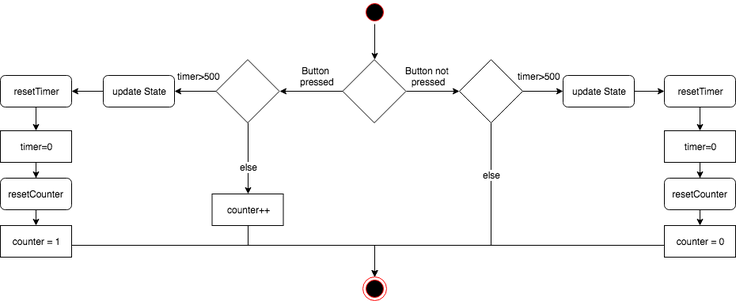
Above: doc/classes/ActionButton.png in LucasCoraca/M365-Unlocked (draw.io), before the change. Source tidied: cells renumbered, new cells last; positions are measured from the earlier drawing's top-left corner, leaving out a move shared by most shapes.
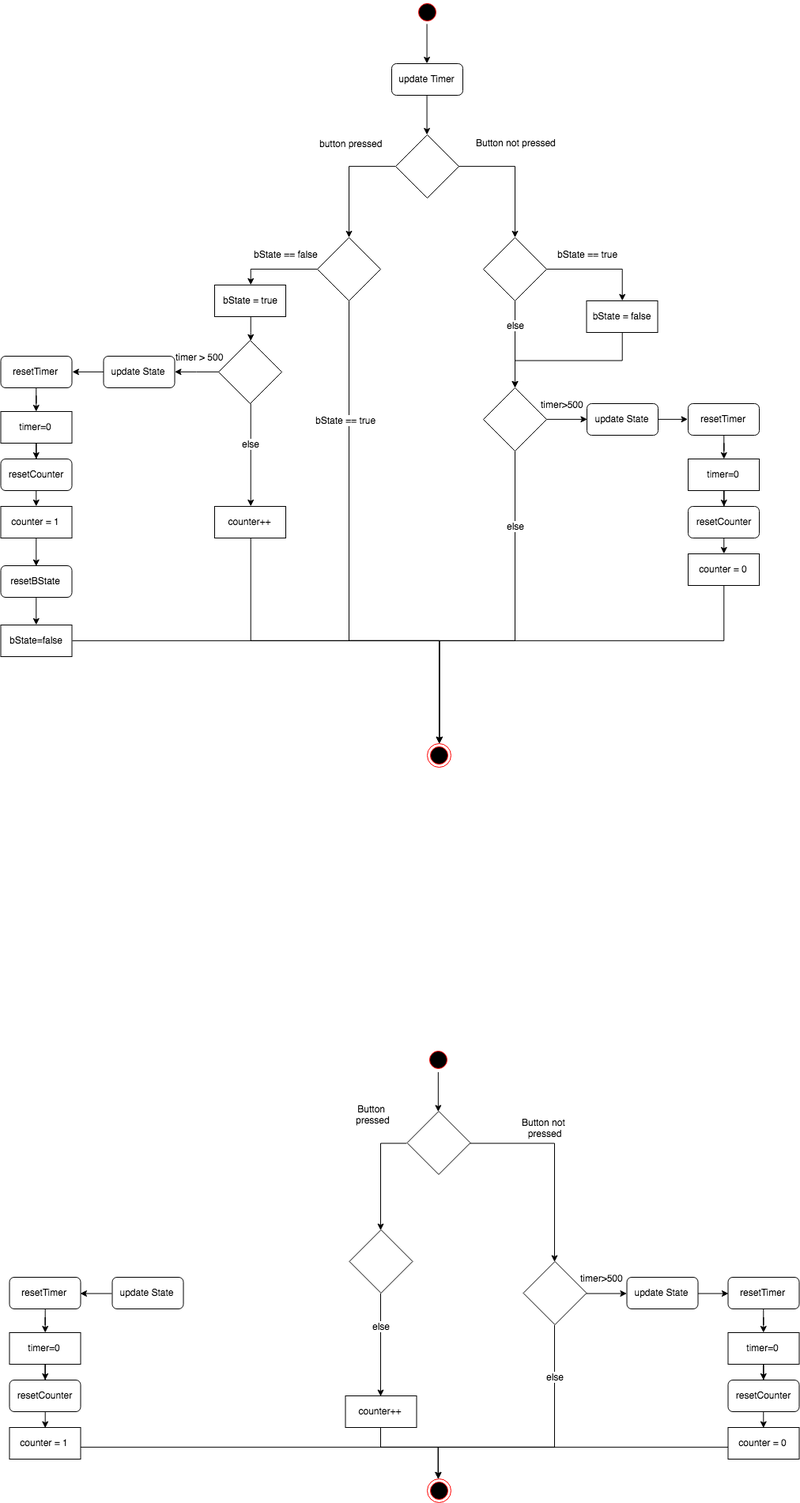
After the commit.

Change to the diagram source:
```diff
@@ -8,3 +8,3 @@
     <mxCell id="3" value="resetTimer" style="rounded=1;whiteSpace=wrap;html=1;" parent="1" vertex="1">
-      <mxGeometry y="95" width="90" height="40" as="geometry" />
+      <mxGeometry x="-139.5" y="595" width="90" height="40" as="geometry" />
     </mxCell>
@@ -14,3 +14,3 @@
     <mxCell id="5" value="resetCounter" style="rounded=1;whiteSpace=wrap;html=1;" parent="1" vertex="1">
-      <mxGeometry y="225" width="90" height="40" as="geometry" />
+      <mxGeometry x="-139.5" y="725" width="90" height="40" as="geometry" />
     </mxCell>
@@ -19,4 +19,4 @@
         <Array as="points">
-          <mxPoint x="90" y="310" />
-          <mxPoint x="473" y="310" />
+          <mxPoint x="-49.5" y="810" />
+          <mxPoint x="403.5" y="810" />
         </Array>
@@ -25,3 +25,3 @@
     <mxCell id="7" value="counter = 1" style="rounded=0;whiteSpace=wrap;html=1;" parent="1" vertex="1">
-      <mxGeometry y="285" width="90" height="40" as="geometry" />
+      <mxGeometry x="-139.5" y="785" width="90" height="40" as="geometry" />
     </mxCell>
@@ -31,3 +31,3 @@
     <mxCell id="9" value="timer=0" style="rounded=0;whiteSpace=wrap;html=1;" parent="1" vertex="1">
-      <mxGeometry y="165" width="90" height="40" as="geometry" />
+      <mxGeometry x="-139.5" y="665" width="90" height="40" as="geometry" />
     </mxCell>
@@ -38,15 +38,7 @@
       <mxGeometry x="-0.47" y="-3" relative="1" as="geometry">
-        <mxPoint x="3" y="31" as="offset" />
+        <mxPoint x="3" y="6" as="offset" />
       </mxGeometry>
     </mxCell>
-    <mxCell id="12" style="edgeStyle=orthogonalEdgeStyle;rounded=0;jettySize=auto;html=1;exitX=0;exitY=0.5;exitDx=0;exitDy=0;entryX=1;entryY=0.5;entryDx=0;entryDy=0;" parent="1" edge="1" source="14" target="38">
-      <mxGeometry relative="1" as="geometry" />
-    </mxCell>
-    <mxCell id="13" value="timer&amp;gt;500" style="text;html=1;align=center;verticalAlign=middle;labelBackgroundColor=#ffffff;" parent="12" vertex="1">
-      <mxGeometry x="0.02" relative="1" as="geometry">
-        <mxPoint x="4" y="-20" as="offset" />
-      </mxGeometry>
-    </mxCell>
     <mxCell id="14" style="rhombus;whiteSpace=wrap;html=1;" parent="1" vertex="1">
-      <mxGeometry x="272.5" y="75" width="80" height="80" as="geometry" />
+      <mxGeometry x="290.5" y="535" width="80" height="80" as="geometry" />
     </mxCell>
@@ -55,4 +47,4 @@
         <Array as="points">
-          <mxPoint x="313" y="310" />
-          <mxPoint x="473" y="310" />
+          <mxPoint x="330.5" y="810" />
+          <mxPoint x="403.5" y="810" />
         </Array>
@@ -61,3 +53,3 @@
     <mxCell id="16" value="counter++" style="rounded=0;whiteSpace=wrap;html=1;" parent="1" vertex="1">
-      <mxGeometry x="267.5" y="245" width="90" height="40" as="geometry" />
+      <mxGeometry x="285.5" y="745" width="90" height="40" as="geometry" />
     </mxCell>
@@ -67,3 +59,3 @@
     <mxCell id="18" value="resetTimer" style="rounded=1;whiteSpace=wrap;html=1;" parent="1" vertex="1">
-      <mxGeometry x="839" y="95" width="90" height="40" as="geometry" />
+      <mxGeometry x="769.5" y="595" width="90" height="40" as="geometry" />
     </mxCell>
@@ -73,3 +65,3 @@
     <mxCell id="20" value="resetCounter" style="rounded=1;whiteSpace=wrap;html=1;" parent="1" vertex="1">
-      <mxGeometry x="839" y="225" width="90" height="40" as="geometry" />
+      <mxGeometry x="769.5" y="725" width="90" height="40" as="geometry" />
     </mxCell>
@@ -78,4 +70,4 @@
         <Array as="points">
-          <mxPoint x="839" y="310" />
-          <mxPoint x="473" y="310" />
+          <mxPoint x="769.5" y="810" />
+          <mxPoint x="403.5" y="810" />
         </Array>
@@ -84,3 +76,3 @@
     <mxCell id="22" value="counter = 0" style="rounded=0;whiteSpace=wrap;html=1;" parent="1" vertex="1">
-      <mxGeometry x="839" y="285" width="90" height="40" as="geometry" />
+      <mxGeometry x="769.5" y="785" width="90" height="40" as="geometry" />
     </mxCell>
@@ -90,3 +82,3 @@
     <mxCell id="24" value="timer=0" style="rounded=0;whiteSpace=wrap;html=1;" parent="1" vertex="1">
-      <mxGeometry x="839" y="165" width="90" height="40" as="geometry" />
+      <mxGeometry x="769.5" y="665" width="90" height="40" as="geometry" />
     </mxCell>
@@ -95,4 +87,4 @@
         <Array as="points">
-          <mxPoint x="620" y="310" />
-          <mxPoint x="473" y="310" />
+          <mxPoint x="550.5" y="810" />
+          <mxPoint x="403.5" y="810" />
         </Array>
@@ -114,3 +106,3 @@
     <mxCell id="29" style="rhombus;whiteSpace=wrap;html=1;" parent="1" vertex="1">
-      <mxGeometry x="580" y="75" width="80" height="80" as="geometry" />
+      <mxGeometry x="510.5" y="575" width="80" height="80" as="geometry" />
     </mxCell>
@@ -120,3 +112,3 @@
     <mxCell id="31" style="ellipse;html=1;shape=startState;fillColor=#000000;strokeColor=#ff0000;" parent="1" vertex="1">
-      <mxGeometry x="457.5" width="30" height="30" as="geometry" />
+      <mxGeometry x="388" y="305" width="30" height="30" as="geometry" />
     </mxCell>
@@ -130,4 +122,8 @@
     </mxCell>
-    <mxCell id="34" style="edgeStyle=orthogonalEdgeStyle;rounded=0;jettySize=auto;html=1;exitX=0;exitY=0.5;exitDx=0;exitDy=0;entryX=1;entryY=0.5;entryDx=0;entryDy=0;" parent="1" edge="1" source="36" target="14">
-      <mxGeometry relative="1" as="geometry" />
+    <mxCell id="34" style="edgeStyle=orthogonalEdgeStyle;rounded=0;jettySize=auto;html=1;exitX=0;exitY=0.5;exitDx=0;exitDy=0;entryX=0.5;entryY=0;entryDx=0;entryDy=0;" parent="1" edge="1" source="36" target="14">
+      <mxGeometry relative="1" as="geometry">
+        <Array as="points">
+          <mxPoint x="330.5" y="425" />
+        </Array>
+      </mxGeometry>
     </mxCell>
@@ -135,3 +131,3 @@
       <mxGeometry x="-0.4" y="-3" relative="1" as="geometry">
-        <mxPoint x="-9" y="-17" as="offset" />
+        <mxPoint x="-7" y="-47" as="offset" />
       </mxGeometry>
@@ -139,3 +135,3 @@
     <mxCell id="36" style="rhombus;whiteSpace=wrap;html=1;" parent="1" vertex="1">
-      <mxGeometry x="432.5" y="75" width="80" height="80" as="geometry" />
+      <mxGeometry x="363.5" y="385" width="80" height="80" as="geometry" />
     </mxCell>
@@ -145,3 +141,3 @@
     <mxCell id="38" value="update State" style="rounded=1;whiteSpace=wrap;html=1;" parent="1" vertex="1">
-      <mxGeometry x="130" y="95" width="90" height="40" as="geometry" />
+      <mxGeometry x="-9.5" y="595" width="90" height="40" as="geometry" />
     </mxCell>
@@ -151,7 +147,222 @@
     <mxCell id="40" value="update State" style="rounded=1;whiteSpace=wrap;html=1;" parent="1" vertex="1">
-      <mxGeometry x="711" y="95" width="90" height="40" as="geometry" />
+      <mxGeometry x="641.5" y="595" width="90" height="40" as="geometry" />
     </mxCell>
     <mxCell id="41" style="ellipse;html=1;shape=endState;fillColor=#000000;strokeColor=#ff0000;" parent="1" vertex="1">
-      <mxGeometry x="458" y="350" width="30" height="30" as="geometry" />
+      <mxGeometry x="388.5" y="850" width="30" height="30" as="geometry" />
     </mxCell>
+    <mxCell id="42" style="edgeStyle=orthogonalEdgeStyle;rounded=0;jettySize=auto;html=1;exitX=0.5;exitY=1;exitDx=0;exitDy=0;entryX=0.5;entryY=0;entryDx=0;entryDy=0;" parent="1" edge="1" source="43" target="100">
+      <mxGeometry relative="1" as="geometry" />
+    </mxCell>
+    <mxCell id="43" style="ellipse;html=1;shape=startState;fillColor=#000000;strokeColor=#ff0000;" parent="1" vertex="1">
+      <mxGeometry x="373.5" y="-1020" width="30" height="30" as="geometry" />
+    </mxCell>
+    <mxCell id="44" style="edgeStyle=orthogonalEdgeStyle;rounded=0;jettySize=auto;html=1;exitX=0;exitY=0.5;exitDx=0;exitDy=0;entryX=0.5;entryY=0;entryDx=0;entryDy=0;" parent="1" edge="1" source="48" target="53">
+      <mxGeometry relative="1" as="geometry" />
+    </mxCell>
+    <mxCell id="45" value="button pressed" style="text;html=1;align=center;verticalAlign=middle;labelBackgroundColor=#ffffff;" parent="44" vertex="1">
+      <mxGeometry x="-0.49" y="-3" relative="1" as="geometry">
+        <mxPoint x="-20" y="-27" as="offset" />
+      </mxGeometry>
+    </mxCell>
+    <mxCell id="46" style="edgeStyle=orthogonalEdgeStyle;rounded=0;jettySize=auto;html=1;exitX=1;exitY=0.5;exitDx=0;exitDy=0;entryX=0.5;entryY=0;entryDx=0;entryDy=0;" parent="1" edge="1" source="48" target="82">
+      <mxGeometry relative="1" as="geometry" />
+    </mxCell>
+    <mxCell id="47" value="Button not pressed" style="text;html=1;align=center;verticalAlign=middle;labelBackgroundColor=#ffffff;" parent="46" vertex="1">
+      <mxGeometry x="-0.46" y="-2" relative="1" as="geometry">
+        <mxPoint x="28" y="-32.5" as="offset" />
+      </mxGeometry>
+    </mxCell>
+    <mxCell id="48" style="rhombus;whiteSpace=wrap;html=1;" parent="1" vertex="1">
+      <mxGeometry x="349" y="-850" width="80" height="80" as="geometry" />
+    </mxCell>
+    <mxCell id="49" style="edgeStyle=orthogonalEdgeStyle;rounded=0;jettySize=auto;html=1;exitX=0;exitY=0.5;exitDx=0;exitDy=0;entryX=0.5;entryY=0;entryDx=0;entryDy=0;" parent="1" edge="1" source="53" target="57">
+      <mxGeometry relative="1" as="geometry" />
+    </mxCell>
+    <mxCell id="50" value="bState == false" style="text;html=1;align=center;verticalAlign=middle;labelBackgroundColor=#ffffff;" parent="49" vertex="1">
+      <mxGeometry x="-0.03" y="-2" relative="1" as="geometry">
+        <mxPoint x="10" y="-18" as="offset" />
+      </mxGeometry>
+    </mxCell>
+    <mxCell id="51" style="edgeStyle=orthogonalEdgeStyle;rounded=0;jettySize=auto;html=1;exitX=0.5;exitY=1;exitDx=0;exitDy=0;entryX=0.5;entryY=0;entryDx=0;entryDy=0;" parent="1" edge="1" source="53" target="58">
+      <mxGeometry relative="1" as="geometry">
+        <Array as="points">
+          <mxPoint x="290" y="-210" />
+          <mxPoint x="404" y="-210" />
+        </Array>
+      </mxGeometry>
+    </mxCell>
+    <mxCell id="52" value="bState == true" style="text;html=1;align=center;verticalAlign=middle;labelBackgroundColor=#ffffff;" parent="51" vertex="1">
+      <mxGeometry x="-0.32" y="4" relative="1" as="geometry">
+        <mxPoint x="-8.5" y="-80" as="offset" />
+      </mxGeometry>
+    </mxCell>
+    <mxCell id="53" style="rhombus;whiteSpace=wrap;html=1;" parent="1" vertex="1">
+      <mxGeometry x="250" y="-720" width="80" height="80" as="geometry" />
+    </mxCell>
+    <mxCell id="54" style="edgeStyle=orthogonalEdgeStyle;rounded=0;jettySize=auto;html=1;exitX=0.5;exitY=1;exitDx=0;exitDy=0;entryX=0.5;entryY=0;entryDx=0;entryDy=0;" parent="1" edge="1" source="55" target="75">
+      <mxGeometry relative="1" as="geometry" />
+    </mxCell>
+    <mxCell id="55" value="resetBState" style="rounded=1;whiteSpace=wrap;html=1;" parent="1" vertex="1">
+      <mxGeometry x="-150.5" y="-305" width="90" height="40" as="geometry" />
+    </mxCell>
+    <mxCell id="56" style="edgeStyle=orthogonalEdgeStyle;rounded=0;jettySize=auto;html=1;exitX=0.5;exitY=1;exitDx=0;exitDy=0;" parent="1" edge="1" source="57" target="63">
+      <mxGeometry relative="1" as="geometry" />
+    </mxCell>
+    <mxCell id="57" value="bState = true" style="rounded=0;whiteSpace=wrap;html=1;" parent="1" vertex="1">
+      <mxGeometry x="120" y="-660" width="90" height="40" as="geometry" />
+    </mxCell>
+    <mxCell id="58" style="ellipse;html=1;shape=endState;fillColor=#000000;strokeColor=#ff0000;" parent="1" vertex="1">
+      <mxGeometry x="389" y="-80" width="30" height="30" as="geometry" />
+    </mxCell>
+    <mxCell id="59" style="edgeStyle=orthogonalEdgeStyle;rounded=0;jettySize=auto;html=1;exitX=0;exitY=0.5;exitDx=0;exitDy=0;" parent="1" edge="1" source="63" target="73">
+      <mxGeometry relative="1" as="geometry" />
+    </mxCell>
+    <mxCell id="60" value="timer &amp;gt; 500" style="text;html=1;align=center;verticalAlign=middle;labelBackgroundColor=#ffffff;" parent="59" vertex="1">
+      <mxGeometry x="-0.34" relative="1" as="geometry">
+        <mxPoint x="-7" y="-20" as="offset" />
+      </mxGeometry>
+    </mxCell>
+    <mxCell id="61" style="edgeStyle=orthogonalEdgeStyle;rounded=0;jettySize=auto;html=1;exitX=0.5;exitY=1;exitDx=0;exitDy=0;entryX=0.5;entryY=0;entryDx=0;entryDy=0;" parent="1" edge="1" source="63" target="77">
+      <mxGeometry relative="1" as="geometry" />
+    </mxCell>
+    <mxCell id="62" value="else" style="text;html=1;align=center;verticalAlign=middle;labelBackgroundColor=#ffffff;" parent="61" vertex="1">
+      <mxGeometry x="-0.69" y="-4" relative="1" as="geometry">
+        <mxPoint x="3.5" y="30" as="offset" />
+      </mxGeometry>
+    </mxCell>
+    <mxCell id="63" style="rhombus;whiteSpace=wrap;html=1;" parent="1" vertex="1">
+      <mxGeometry x="125" y="-590" width="80" height="80" as="geometry" />
+    </mxCell>
+    <mxCell id="64" style="edgeStyle=orthogonalEdgeStyle;rounded=0;jettySize=auto;html=1;" parent="1" edge="1" source="65" target="71">
+      <mxGeometry relative="1" as="geometry" />
+    </mxCell>
+    <mxCell id="65" value="resetTimer" style="rounded=1;whiteSpace=wrap;html=1;" parent="1" vertex="1">
+      <mxGeometry x="-150.5" y="-570" width="90" height="40" as="geometry" />
+    </mxCell>
+    <mxCell id="66" style="edgeStyle=orthogonalEdgeStyle;rounded=0;jettySize=auto;html=1;exitX=0.5;exitY=1;exitDx=0;exitDy=0;entryX=0.5;entryY=0;entryDx=0;entryDy=0;" parent="1" edge="1" source="67" target="69">
+      <mxGeometry relative="1" as="geometry" />
+    </mxCell>
+    <mxCell id="67" value="resetCounter" style="rounded=1;whiteSpace=wrap;html=1;" parent="1" vertex="1">
+      <mxGeometry x="-150.5" y="-440" width="90" height="40" as="geometry" />
+    </mxCell>
+    <mxCell id="68" style="edgeStyle=orthogonalEdgeStyle;rounded=0;jettySize=auto;html=1;exitX=0.5;exitY=1;exitDx=0;exitDy=0;entryX=0.5;entryY=0;entryDx=0;entryDy=0;" parent="1" edge="1" source="69" target="55">
+      <mxGeometry relative="1" as="geometry" />
+    </mxCell>
+    <mxCell id="69" value="counter = 1" style="rounded=0;whiteSpace=wrap;html=1;" parent="1" vertex="1">
+      <mxGeometry x="-150.5" y="-380" width="90" height="40" as="geometry" />
+    </mxCell>
+    <mxCell id="70" style="edgeStyle=orthogonalEdgeStyle;rounded=0;jettySize=auto;html=1;" parent="1" edge="1" source="71" target="67">
+      <mxGeometry relative="1" as="geometry" />
+    </mxCell>
+    <mxCell id="71" value="timer=0" style="rounded=0;whiteSpace=wrap;html=1;" parent="1" vertex="1">
+      <mxGeometry x="-150.5" y="-500" width="90" height="40" as="geometry" />
+    </mxCell>
+    <mxCell id="72" style="edgeStyle=orthogonalEdgeStyle;rounded=0;jettySize=auto;html=1;exitX=0;exitY=0.5;exitDx=0;exitDy=0;entryX=1;entryY=0.5;entryDx=0;entryDy=0;" parent="1" edge="1" source="73" target="65">
+      <mxGeometry relative="1" as="geometry" />
+    </mxCell>
+    <mxCell id="73" value="update State" style="rounded=1;whiteSpace=wrap;html=1;" parent="1" vertex="1">
+      <mxGeometry x="-20.5" y="-570" width="90" height="40" as="geometry" />
+    </mxCell>
+    <mxCell id="74" style="edgeStyle=orthogonalEdgeStyle;rounded=0;jettySize=auto;html=1;exitX=1;exitY=0.5;exitDx=0;exitDy=0;entryX=0.5;entryY=0;entryDx=0;entryDy=0;" parent="1" edge="1" source="75" target="58">
+      <mxGeometry relative="1" as="geometry" />
+    </mxCell>
+    <mxCell id="75" value="bState=false" style="rounded=0;whiteSpace=wrap;html=1;" parent="1" vertex="1">
+      <mxGeometry x="-150.5" y="-230" width="90" height="40" as="geometry" />
+    </mxCell>
+    <mxCell id="76" style="edgeStyle=orthogonalEdgeStyle;rounded=0;jettySize=auto;html=1;exitX=0.5;exitY=1;exitDx=0;exitDy=0;entryX=0.5;entryY=0;entryDx=0;entryDy=0;" parent="1" edge="1" source="77" target="58">
+      <mxGeometry relative="1" as="geometry" />
+    </mxCell>
+    <mxCell id="77" value="counter++" style="rounded=0;whiteSpace=wrap;html=1;" parent="1" vertex="1">
+      <mxGeometry x="120" y="-380" width="90" height="40" as="geometry" />
+    </mxCell>
+    <mxCell id="78" style="edgeStyle=orthogonalEdgeStyle;rounded=0;jettySize=auto;html=1;exitX=1;exitY=0.5;exitDx=0;exitDy=0;entryX=0.5;entryY=0;entryDx=0;entryDy=0;" parent="1" edge="1" source="82" target="84">
+      <mxGeometry relative="1" as="geometry" />
+    </mxCell>
+    <mxCell id="79" value="bState == true" style="text;html=1;align=center;verticalAlign=middle;labelBackgroundColor=#ffffff;" parent="78" vertex="1">
+      <mxGeometry x="0.23" y="4" relative="1" as="geometry">
+        <mxPoint x="-31.5" y="-16" as="offset" />
+      </mxGeometry>
+    </mxCell>
+    <mxCell id="80" style="edgeStyle=orthogonalEdgeStyle;rounded=0;jettySize=auto;html=1;exitX=0.5;exitY=1;exitDx=0;exitDy=0;entryX=0.5;entryY=0;entryDx=0;entryDy=0;" parent="1" edge="1" source="82" target="96">
+      <mxGeometry relative="1" as="geometry" />
+    </mxCell>
+    <mxCell id="81" value="else" style="text;html=1;align=center;verticalAlign=middle;labelBackgroundColor=#ffffff;" parent="80" vertex="1">
+      <mxGeometry x="-0.58" y="3" relative="1" as="geometry">
+        <mxPoint x="-3" y="7.5" as="offset" />
+      </mxGeometry>
+    </mxCell>
+    <mxCell id="82" style="rhombus;whiteSpace=wrap;html=1;" parent="1" vertex="1">
+      <mxGeometry x="460" y="-720" width="80" height="80" as="geometry" />
+    </mxCell>
+    <mxCell id="83" style="edgeStyle=orthogonalEdgeStyle;rounded=0;jettySize=auto;html=1;exitX=0.5;exitY=1;exitDx=0;exitDy=0;entryX=0.5;entryY=0;entryDx=0;entryDy=0;" parent="1" edge="1" source="84" target="96">
+      <mxGeometry relative="1" as="geometry" />
+    </mxCell>
+    <mxCell id="84" value="bState = false" style="rounded=0;whiteSpace=wrap;html=1;" parent="1" vertex="1">
+      <mxGeometry x="590.5" y="-640" width="90" height="40" as="geometry" />
+    </mxCell>
+    <mxCell id="85" style="edgeStyle=orthogonalEdgeStyle;rounded=0;jettySize=auto;html=1;" parent="1" edge="1" source="86" target="92">
+      <mxGeometry relative="1" as="geometry" />
+    </mxCell>
+    <mxCell id="86" value="resetTimer" style="rounded=1;whiteSpace=wrap;html=1;" parent="1" vertex="1">
+      <mxGeometry x="719" y="-510" width="90" height="40" as="geometry" />
+    </mxCell>
+    <mxCell id="87" style="edgeStyle=orthogonalEdgeStyle;rounded=0;jettySize=auto;html=1;exitX=0.5;exitY=1;exitDx=0;exitDy=0;entryX=0.5;entryY=0;entryDx=0;entryDy=0;" parent="1" edge="1" source="88" target="90">
+      <mxGeometry relative="1" as="geometry" />
+    </mxCell>
+    <mxCell id="88" value="resetCounter" style="rounded=1;whiteSpace=wrap;html=1;" parent="1" vertex="1">
+      <mxGeometry x="719" y="-380" width="90" height="40" as="geometry" />
+    </mxCell>
+    <mxCell id="89" style="edgeStyle=orthogonalEdgeStyle;rounded=0;jettySize=auto;html=1;exitX=0.5;exitY=1;exitDx=0;exitDy=0;entryX=0.5;entryY=0;entryDx=0;entryDy=0;" parent="1" edge="1" source="90" target="58">
+      <mxGeometry relative="1" as="geometry">
+        <Array as="points">
+          <mxPoint x="764" y="-210" />
+          <mxPoint x="404" y="-210" />
+        </Array>
+      </mxGeometry>
+    </mxCell>
+    <mxCell id="90" value="counter = 0" style="rounded=0;whiteSpace=wrap;html=1;" parent="1" vertex="1">
+      <mxGeometry x="719" y="-320" width="90" height="40" as="geometry" />
+    </mxCell>
+    <mxCell id="91" style="edgeStyle=orthogonalEdgeStyle;rounded=0;jettySize=auto;html=1;" parent="1" edge="1" source="92" target="88">
+      <mxGeometry relative="1" as="geometry" />
+    </mxCell>
+    <mxCell id="92" value="timer=0" style="rounded=0;whiteSpace=wrap;html=1;" parent="1" vertex="1">
+      <mxGeometry x="719" y="-440" width="90" height="40" as="geometry" />
+    </mxCell>
+    <mxCell id="93" style="edgeStyle=orthogonalEdgeStyle;rounded=0;jettySize=auto;html=1;exitX=1;exitY=0.5;exitDx=0;exitDy=0;entryX=0;entryY=0.5;entryDx=0;entryDy=0;" parent="1" edge="1" source="96" target="98">
+      <mxGeometry relative="1" as="geometry" />
+    </mxCell>
+    <mxCell id="13" value="timer&amp;gt;500" style="text;html=1;align=center;verticalAlign=middle;labelBackgroundColor=#ffffff;" parent="93" vertex="1">
+      <mxGeometry x="-0.37" relative="1" as="geometry">
+        <mxPoint x="4" y="-20" as="offset" />
+      </mxGeometry>
+    </mxCell>
+    <mxCell id="94" style="edgeStyle=orthogonalEdgeStyle;rounded=0;jettySize=auto;html=1;exitX=0.5;exitY=1;exitDx=0;exitDy=0;entryX=0.5;entryY=0;entryDx=0;entryDy=0;" parent="1" edge="1" source="96" target="58">
+      <mxGeometry relative="1" as="geometry">
+        <Array as="points">
+          <mxPoint x="500" y="-210" />
+          <mxPoint x="404" y="-210" />
+        </Array>
+      </mxGeometry>
+    </mxCell>
+    <mxCell id="95" value="else" style="text;html=1;align=center;verticalAlign=middle;labelBackgroundColor=#ffffff;" parent="94" vertex="1">
+      <mxGeometry x="-0.73" y="-1" relative="1" as="geometry">
+        <mxPoint x="1.5" y="31.5" as="offset" />
+      </mxGeometry>
+    </mxCell>
+    <mxCell id="96" style="rhombus;whiteSpace=wrap;html=1;" parent="1" vertex="1">
+      <mxGeometry x="460" y="-530" width="80" height="80" as="geometry" />
+    </mxCell>
+    <mxCell id="97" style="edgeStyle=orthogonalEdgeStyle;rounded=0;jettySize=auto;html=1;exitX=1;exitY=0.5;exitDx=0;exitDy=0;entryX=0;entryY=0.5;entryDx=0;entryDy=0;" parent="1" edge="1" source="98" target="86">
+      <mxGeometry relative="1" as="geometry" />
+    </mxCell>
+    <mxCell id="98" value="update State" style="rounded=1;whiteSpace=wrap;html=1;" parent="1" vertex="1">
+      <mxGeometry x="591" y="-510" width="90" height="40" as="geometry" />
+    </mxCell>
+    <mxCell id="99" style="edgeStyle=orthogonalEdgeStyle;rounded=0;jettySize=auto;html=1;exitX=0.5;exitY=1;exitDx=0;exitDy=0;entryX=0.5;entryY=0;entryDx=0;entryDy=0;" parent="1" edge="1" source="100" target="48">
+      <mxGeometry relative="1" as="geometry" />
+    </mxCell>
+    <mxCell id="100" value="update Timer" style="rounded=1;whiteSpace=wrap;html=1;" parent="1" vertex="1">
+      <mxGeometry x="344" y="-940" width="90" height="40" as="geometry" />
+    </mxCell>
   </root>
```
